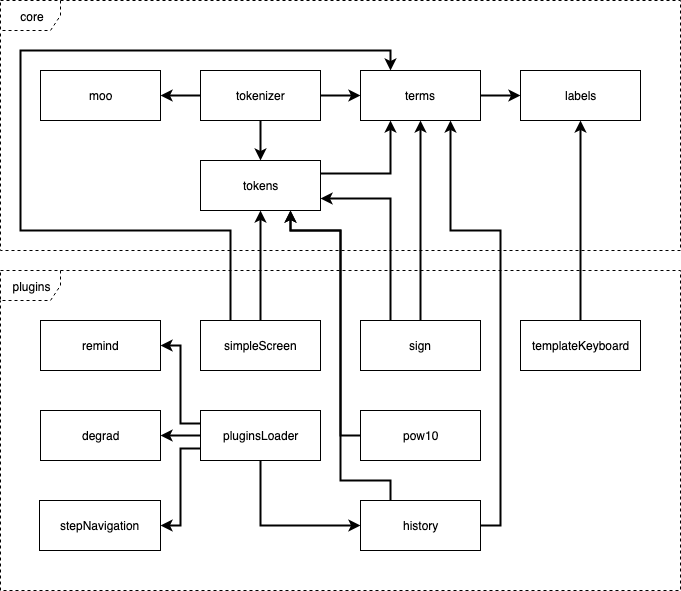
Above: articles/Frontend/resources/calculator-plugins-overview.png in oat-sa/taohub-articles (draw.io), before the change. Source tidied: cells renumbered, new cells last; positions are measured from the earlier drawing's top-left corner, leaving out a move shared by most shapes. Its diagram source:
```xml
<mxGraphModel>
  <root>
    <mxCell id="0" />
    <mxCell id="1" parent="0" />
    <mxCell id="2" value="tokenizer" style="html=1;" parent="1" vertex="1">
      <mxGeometry x="200" y="70" width="120" height="50" as="geometry" />
    </mxCell>
    <mxCell id="3" value="moo" style="html=1;" parent="1" vertex="1">
      <mxGeometry x="40" y="70" width="120" height="50" as="geometry" />
    </mxCell>
    <mxCell id="4" value="terms" style="html=1;" parent="1" vertex="1">
      <mxGeometry x="360" y="70" width="120" height="50" as="geometry" />
    </mxCell>
    <mxCell id="5" value="labels" style="html=1;" parent="1" vertex="1">
      <mxGeometry x="520" y="70" width="120" height="50" as="geometry" />
    </mxCell>
    <mxCell id="6" value="&lt;div&gt;core&lt;/div&gt;" style="shape=umlFrame;whiteSpace=wrap;html=1;dashed=1;" parent="1" vertex="1">
      <mxGeometry width="680" height="250" as="geometry" />
    </mxCell>
    <mxCell id="7" value="&lt;div&gt;plugins&lt;/div&gt;" style="shape=umlFrame;whiteSpace=wrap;html=1;dashed=1;" parent="1" vertex="1">
      <mxGeometry y="270" width="680" height="320" as="geometry" />
    </mxCell>
    <mxCell id="8" value="remind" style="html=1;" parent="1" vertex="1">
      <mxGeometry x="40" y="320" width="120" height="50" as="geometry" />
    </mxCell>
    <mxCell id="9" value="&lt;div&gt;stepNavigation&lt;/div&gt;" style="html=1;" parent="1" vertex="1">
      <mxGeometry x="39" y="500" width="121" height="50" as="geometry" />
    </mxCell>
    <mxCell id="10" value="templateKeyboard" style="html=1;" parent="1" vertex="1">
      <mxGeometry x="520" y="320" width="120" height="50" as="geometry" />
    </mxCell>
    <mxCell id="11" style="edgeStyle=orthogonalEdgeStyle;rounded=0;html=1;exitX=0.25;exitY=0;exitDx=0;exitDy=0;entryX=0.25;entryY=0;entryDx=0;entryDy=0;jettySize=auto;strokeWidth=2;" parent="1" edge="1" source="12" target="4">
      <mxGeometry relative="1" as="geometry">
        <Array as="points">
          <mxPoint x="230" y="230" />
          <mxPoint x="20" y="230" />
          <mxPoint x="20" y="50" />
          <mxPoint x="390" y="50" />
        </Array>
      </mxGeometry>
    </mxCell>
    <mxCell id="12" value="&lt;div&gt;simpleScreen&lt;/div&gt;" style="html=1;" parent="1" vertex="1">
      <mxGeometry x="200" y="320" width="120" height="50" as="geometry" />
    </mxCell>
    <mxCell id="13" value="sign" style="html=1;" parent="1" vertex="1">
      <mxGeometry x="360" y="320" width="120" height="50" as="geometry" />
    </mxCell>
    <mxCell id="14" value="&lt;div&gt;tokens&lt;/div&gt;" style="html=1;" parent="1" vertex="1">
      <mxGeometry x="200" y="160" width="120" height="50" as="geometry" />
    </mxCell>
    <mxCell id="15" value="history" style="html=1;" parent="1" vertex="1">
      <mxGeometry x="360" y="500" width="120" height="50" as="geometry" />
    </mxCell>
    <mxCell id="16" value="&lt;div&gt;pluginsLoader&lt;/div&gt;" style="html=1;" parent="1" vertex="1">
      <mxGeometry x="200" y="410" width="120" height="50" as="geometry" />
    </mxCell>
    <mxCell id="17" value="degrad" style="html=1;" parent="1" vertex="1">
      <mxGeometry x="40" y="410" width="120" height="50" as="geometry" />
    </mxCell>
    <mxCell id="18" style="rounded=0;html=1;exitX=0.25;exitY=0;exitDx=0;exitDy=0;entryX=1;entryY=0.75;entryDx=0;entryDy=0;jettySize=auto;edgeStyle=orthogonalEdgeStyle;strokeWidth=2;" parent="1" edge="1" source="13" target="14">
      <mxGeometry relative="1" as="geometry" />
    </mxCell>
    <mxCell id="19" style="edgeStyle=none;rounded=0;html=1;exitX=0.5;exitY=0;exitDx=0;exitDy=0;entryX=0.5;entryY=1;entryDx=0;entryDy=0;jettySize=auto;strokeWidth=2;" parent="1" edge="1" source="13" target="4">
      <mxGeometry relative="1" as="geometry" />
    </mxCell>
    <mxCell id="20" style="edgeStyle=orthogonalEdgeStyle;rounded=0;html=1;exitX=1;exitY=0.25;exitDx=0;exitDy=0;entryX=0.25;entryY=1;entryDx=0;entryDy=0;jettySize=auto;strokeWidth=2;" parent="1" edge="1" source="14" target="4">
      <mxGeometry relative="1" as="geometry" />
    </mxCell>
    <mxCell id="21" style="rounded=0;html=1;exitX=0;exitY=0.5;exitDx=0;exitDy=0;entryX=1;entryY=0.5;entryDx=0;entryDy=0;endArrow=classic;endFill=1;jettySize=auto;strokeWidth=2;" parent="1" edge="1" source="2" target="3">
      <mxGeometry relative="1" as="geometry" />
    </mxCell>
    <mxCell id="22" style="rounded=0;html=1;exitX=1;exitY=0.5;exitDx=0;exitDy=0;endArrow=classic;endFill=1;jettySize=auto;entryX=0;entryY=0.5;entryDx=0;entryDy=0;strokeWidth=2;" parent="1" edge="1" source="2" target="4">
      <mxGeometry relative="1" as="geometry" />
    </mxCell>
    <mxCell id="23" style="rounded=0;html=1;entryX=0.5;entryY=0;entryDx=0;entryDy=0;endArrow=classic;endFill=1;jettySize=auto;exitX=0.5;exitY=1;exitDx=0;exitDy=0;strokeWidth=2;" parent="1" edge="1" source="2" target="14">
      <mxGeometry relative="1" as="geometry" />
    </mxCell>
    <mxCell id="24" style="rounded=0;html=1;exitX=1;exitY=0.5;exitDx=0;exitDy=0;entryX=0;entryY=0.5;entryDx=0;entryDy=0;endArrow=classic;endFill=1;jettySize=auto;strokeWidth=2;" parent="1" edge="1" source="4" target="5">
      <mxGeometry relative="1" as="geometry" />
    </mxCell>
    <mxCell id="25" style="rounded=0;html=1;exitX=0.5;exitY=1;exitDx=0;exitDy=0;entryX=0;entryY=0.5;entryDx=0;entryDy=0;endArrow=classic;endFill=1;jettySize=auto;strokeWidth=2;" parent="1" edge="1" source="16" target="15">
      <mxGeometry relative="1" as="geometry">
        <Array as="points">
          <mxPoint x="260" y="525" />
        </Array>
      </mxGeometry>
    </mxCell>
    <mxCell id="26" style="rounded=0;html=1;exitX=0;exitY=0.5;exitDx=0;exitDy=0;entryX=1;entryY=0.5;entryDx=0;entryDy=0;endArrow=classic;endFill=1;jettySize=auto;strokeWidth=2;" parent="1" edge="1" source="16" target="17">
      <mxGeometry relative="1" as="geometry" />
    </mxCell>
    <mxCell id="27" style="rounded=0;html=1;exitX=0.5;exitY=0;exitDx=0;exitDy=0;entryX=0.5;entryY=1;entryDx=0;entryDy=0;endArrow=classic;endFill=1;jettySize=auto;strokeWidth=2;" parent="1" edge="1" source="10" target="5">
      <mxGeometry relative="1" as="geometry" />
    </mxCell>
    <mxCell id="28" style="rounded=0;html=1;exitX=0.5;exitY=0;exitDx=0;exitDy=0;entryX=0.5;entryY=1;entryDx=0;entryDy=0;endArrow=classic;endFill=1;jettySize=auto;strokeWidth=2;" parent="1" edge="1" source="12" target="14">
      <mxGeometry relative="1" as="geometry" />
    </mxCell>
    <mxCell id="29" style="edgeStyle=orthogonalEdgeStyle;rounded=0;html=1;exitX=1;exitY=0.5;exitDx=0;exitDy=0;entryX=0.75;entryY=1;entryDx=0;entryDy=0;jettySize=auto;strokeWidth=2;" parent="1" edge="1" source="15" target="4">
      <mxGeometry relative="1" as="geometry">
        <Array as="points">
          <mxPoint x="500" y="525" />
          <mxPoint x="500" y="230" />
          <mxPoint x="450" y="230" />
        </Array>
      </mxGeometry>
    </mxCell>
    <mxCell id="30" style="edgeStyle=orthogonalEdgeStyle;rounded=0;html=1;exitX=0.25;exitY=0;exitDx=0;exitDy=0;entryX=0.75;entryY=1;entryDx=0;entryDy=0;jettySize=auto;strokeWidth=2;" parent="1" edge="1" source="15" target="14">
      <mxGeometry relative="1" as="geometry">
        <Array as="points">
          <mxPoint x="390" y="480" />
          <mxPoint x="340" y="480" />
          <mxPoint x="340" y="230" />
          <mxPoint x="290" y="230" />
        </Array>
      </mxGeometry>
    </mxCell>
    <mxCell id="31" style="edgeStyle=orthogonalEdgeStyle;rounded=0;html=1;exitX=0;exitY=0.25;exitDx=0;exitDy=0;entryX=1;entryY=0.5;entryDx=0;entryDy=0;jettySize=auto;strokeWidth=2;" parent="1" edge="1" source="16" target="8">
      <mxGeometry relative="1" as="geometry" />
    </mxCell>
    <mxCell id="32" style="edgeStyle=orthogonalEdgeStyle;rounded=0;html=1;exitX=0;exitY=0.75;exitDx=0;exitDy=0;entryX=1;entryY=0.5;entryDx=0;entryDy=0;jettySize=auto;strokeWidth=2;" parent="1" edge="1" source="16" target="9">
      <mxGeometry relative="1" as="geometry" />
    </mxCell>
    <mxCell id="33" style="edgeStyle=orthogonalEdgeStyle;rounded=0;jettySize=auto;html=1;exitX=0;exitY=0.5;exitDx=0;exitDy=0;entryX=0.75;entryY=1;entryDx=0;entryDy=0;strokeWidth=2;" parent="1" edge="1" source="34" target="14">
      <mxGeometry relative="1" as="geometry">
        <Array as="points">
          <mxPoint x="340" y="435" />
          <mxPoint x="340" y="230" />
          <mxPoint x="290" y="230" />
        </Array>
      </mxGeometry>
    </mxCell>
    <mxCell id="34" value="pow10" style="html=1;" parent="1" vertex="1">
      <mxGeometry x="360" y="410" width="120" height="50" as="geometry" />
    </mxCell>
  </root>
</mxGraphModel>
```
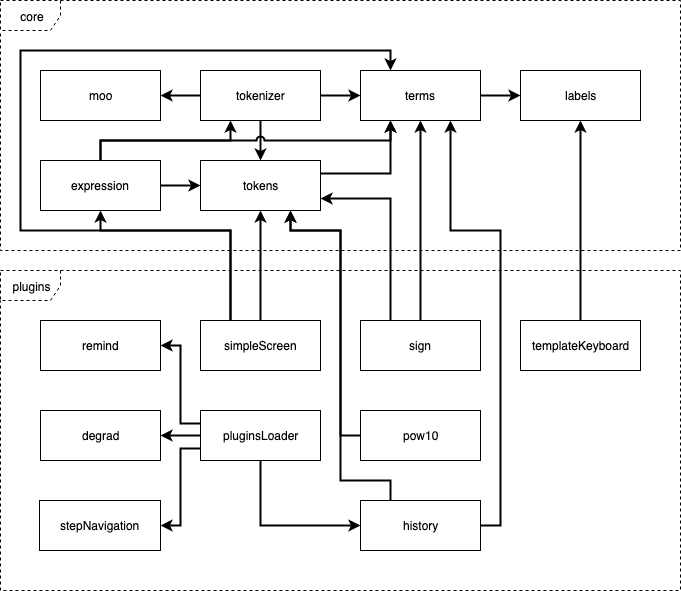
Later version of the same file.

Commit message:
Added last changes regarding the calculator in the doc

The edit, as a diff of the source:
```diff
@@ -2,6 +2,9 @@
   <root>
     <mxCell id="0" />
     <mxCell id="1" parent="0" />
+    <mxCell id="6" value="&lt;div&gt;core&lt;/div&gt;" style="shape=umlFrame;whiteSpace=wrap;html=1;dashed=1;" parent="1" vertex="1">
+      <mxGeometry width="680" height="250" as="geometry" />
+    </mxCell>
     <mxCell id="2" value="tokenizer" style="html=1;" parent="1" vertex="1">
       <mxGeometry x="200" y="70" width="120" height="50" as="geometry" />
     </mxCell>
@@ -14,9 +17,6 @@
     <mxCell id="5" value="labels" style="html=1;" parent="1" vertex="1">
       <mxGeometry x="520" y="70" width="120" height="50" as="geometry" />
     </mxCell>
-    <mxCell id="6" value="&lt;div&gt;core&lt;/div&gt;" style="shape=umlFrame;whiteSpace=wrap;html=1;dashed=1;" parent="1" vertex="1">
-      <mxGeometry width="680" height="250" as="geometry" />
-    </mxCell>
     <mxCell id="7" value="&lt;div&gt;plugins&lt;/div&gt;" style="shape=umlFrame;whiteSpace=wrap;html=1;dashed=1;" parent="1" vertex="1">
       <mxGeometry y="270" width="680" height="320" as="geometry" />
     </mxCell>
@@ -39,6 +39,14 @@
         </Array>
       </mxGeometry>
     </mxCell>
+    <mxCell id="35" style="edgeStyle=orthogonalEdgeStyle;rounded=0;jumpStyle=arc;jettySize=auto;html=1;exitX=0.25;exitY=0;exitDx=0;exitDy=0;entryX=0.5;entryY=1;entryDx=0;entryDy=0;strokeWidth=2;" parent="1" edge="1" source="12" target="39">
+      <mxGeometry relative="1" as="geometry">
+        <Array as="points">
+          <mxPoint x="230" y="230" />
+          <mxPoint x="100" y="230" />
+        </Array>
+      </mxGeometry>
+    </mxCell>
     <mxCell id="12" value="&lt;div&gt;simpleScreen&lt;/div&gt;" style="html=1;" parent="1" vertex="1">
       <mxGeometry x="200" y="320" width="120" height="50" as="geometry" />
     </mxCell>
@@ -131,5 +139,17 @@
     <mxCell id="34" value="pow10" style="html=1;" parent="1" vertex="1">
       <mxGeometry x="360" y="410" width="120" height="50" as="geometry" />
     </mxCell>
+    <mxCell id="36" style="edgeStyle=orthogonalEdgeStyle;rounded=0;jettySize=auto;html=1;exitX=1;exitY=0.5;exitDx=0;exitDy=0;entryX=0;entryY=0.5;entryDx=0;entryDy=0;strokeWidth=2;" parent="1" edge="1" source="39" target="14">
+      <mxGeometry relative="1" as="geometry" />
+    </mxCell>
+    <mxCell id="37" style="edgeStyle=orthogonalEdgeStyle;rounded=0;jettySize=auto;html=1;exitX=0.5;exitY=0;exitDx=0;exitDy=0;entryX=0.25;entryY=1;entryDx=0;entryDy=0;strokeWidth=2;" parent="1" edge="1" source="39" target="2">
+      <mxGeometry relative="1" as="geometry" />
+    </mxCell>
+    <mxCell id="38" style="edgeStyle=orthogonalEdgeStyle;rounded=0;jettySize=auto;html=1;exitX=0.5;exitY=0;exitDx=0;exitDy=0;entryX=0.25;entryY=1;entryDx=0;entryDy=0;strokeWidth=2;jumpStyle=arc;" parent="1" edge="1" source="39" target="4">
+      <mxGeometry relative="1" as="geometry" />
+    </mxCell>
+    <mxCell id="39" value="expression" style="html=1;" parent="1" vertex="1">
+      <mxGeometry x="40" y="160" width="120" height="50" as="geometry" />
+    </mxCell>
   </root>
 </mxGraphModel>
```
